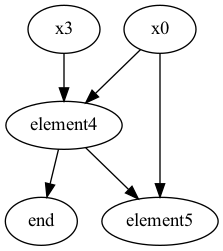
The Graphviz diagram HM2/scheme.dot.png in PeterLarochkin/discrete_structures, before a commit. Its source is kept beside it as HM2/scheme.dot.
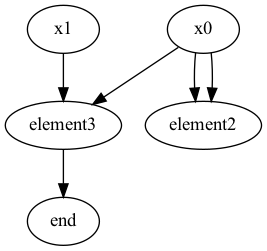
After the commit.

Change to the diagram source:
```diff
@@ -1,9 +1,9 @@
 digraph G {
 
- "x0" -> "element4";
- "element4" -> "element5";
- "x3" -> "element4";
- "element4" -> "end";
- "x0" -> "element5";
+ "element3" -> "end";
+ "x0" -> "element3";
+ "x1" -> "element3";
+ "x0" -> "element2";
+ "x0" -> "element2";
 
 }
```
